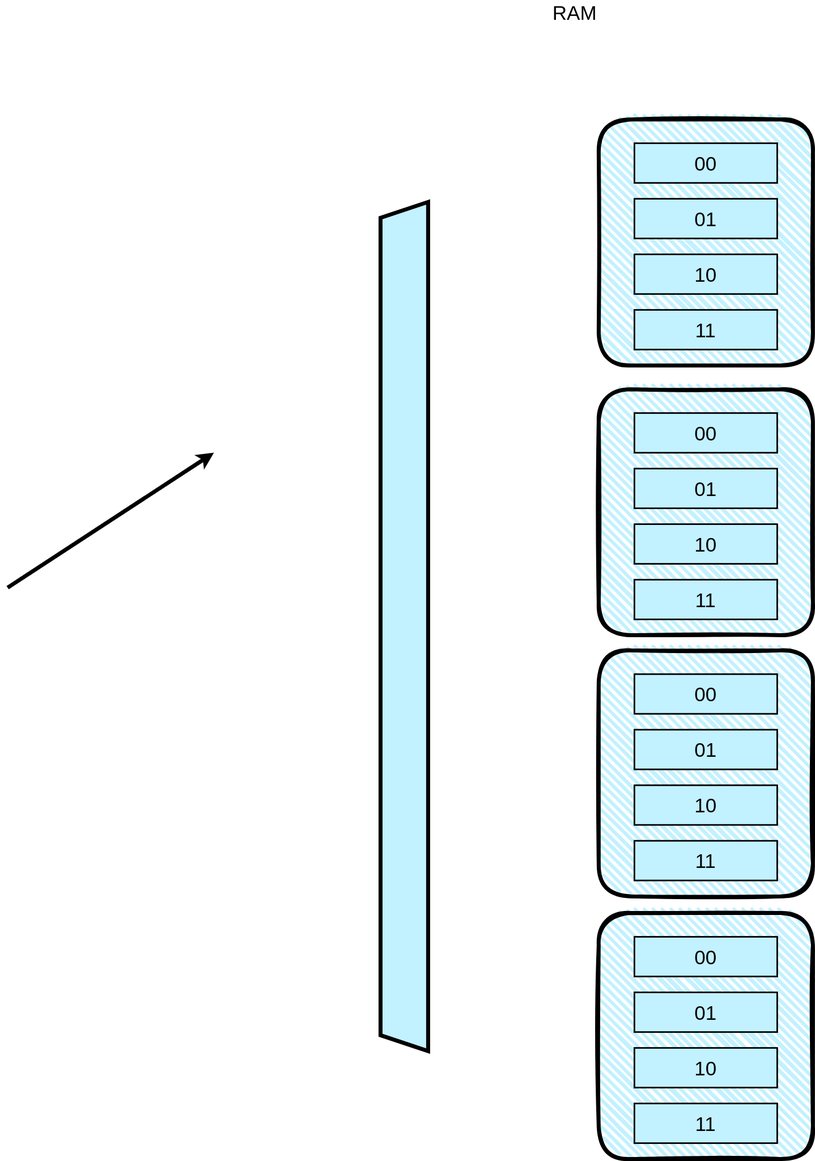
Earlier version of the draw.io export humanmachine/RAM.drawio.svg (Raspberry-NQ/human-8bit-CPU). Source tidied: cells renumbered, new cells last; positions are measured from the earlier drawing's top-left corner, leaving out a move shared by most shapes. Source of this version:
```xml
<mxGraphModel>
  <root>
    <mxCell id="0" />
    <mxCell id="1" parent="0" />
    <mxCell id="2" value="&lt;font style=&quot;font-size: 25px&quot;&gt;RAM&lt;/font&gt;" style="text;html=1;strokeColor=none;fillColor=none;align=center;verticalAlign=middle;whiteSpace=wrap;rounded=0;" parent="1" vertex="1">
      <mxGeometry x="645" width="210" height="30" as="geometry" />
    </mxCell>
    <mxCell id="3" style="rounded=1;whiteSpace=wrap;html=1;strokeWidth=5;fillWeight=4;hachureGap=8;hachureAngle=45;fillColor=#C2F1FF;sketch=1;fontSize=25;fillStyle=hachure;" parent="1" vertex="1">
      <mxGeometry x="780" y="150" width="270" height="310" as="geometry" />
    </mxCell>
    <mxCell id="4" value="00" style="rounded=0;whiteSpace=wrap;html=1;fillStyle=hachure;fontSize=25;fillColor=#C2F1FF;strokeWidth=2;" parent="1" vertex="1">
      <mxGeometry x="825" y="180" width="180" height="50" as="geometry" />
    </mxCell>
    <mxCell id="5" value="01" style="rounded=0;whiteSpace=wrap;html=1;fillStyle=hachure;fontSize=25;fillColor=#C2F1FF;strokeWidth=2;" parent="1" vertex="1">
      <mxGeometry x="825" y="250" width="180" height="50" as="geometry" />
    </mxCell>
    <mxCell id="6" value="10" style="rounded=0;whiteSpace=wrap;html=1;fillStyle=hachure;fontSize=25;fillColor=#C2F1FF;strokeWidth=2;" parent="1" vertex="1">
      <mxGeometry x="825" y="320" width="180" height="50" as="geometry" />
    </mxCell>
    <mxCell id="7" value="11" style="rounded=0;whiteSpace=wrap;html=1;fillStyle=hachure;fontSize=25;fillColor=#C2F1FF;strokeWidth=2;" parent="1" vertex="1">
      <mxGeometry x="825" y="390" width="180" height="50" as="geometry" />
    </mxCell>
    <mxCell id="8" style="rounded=1;whiteSpace=wrap;html=1;strokeWidth=5;fillWeight=4;hachureGap=8;hachureAngle=45;fillColor=#C2F1FF;sketch=1;fontSize=25;fillStyle=hachure;" parent="1" vertex="1">
      <mxGeometry x="780" y="490" width="270" height="310" as="geometry" />
    </mxCell>
    <mxCell id="9" value="00" style="rounded=0;whiteSpace=wrap;html=1;fillStyle=hachure;fontSize=25;fillColor=#C2F1FF;strokeWidth=2;" parent="1" vertex="1">
      <mxGeometry x="825" y="520" width="180" height="50" as="geometry" />
    </mxCell>
    <mxCell id="10" value="01" style="rounded=0;whiteSpace=wrap;html=1;fillStyle=hachure;fontSize=25;fillColor=#C2F1FF;strokeWidth=2;" parent="1" vertex="1">
      <mxGeometry x="825" y="590" width="180" height="50" as="geometry" />
    </mxCell>
    <mxCell id="11" value="10" style="rounded=0;whiteSpace=wrap;html=1;fillStyle=hachure;fontSize=25;fillColor=#C2F1FF;strokeWidth=2;" parent="1" vertex="1">
      <mxGeometry x="825" y="660" width="180" height="50" as="geometry" />
    </mxCell>
    <mxCell id="12" value="11" style="rounded=0;whiteSpace=wrap;html=1;fillStyle=hachure;fontSize=25;fillColor=#C2F1FF;strokeWidth=2;" parent="1" vertex="1">
      <mxGeometry x="825" y="730" width="180" height="50" as="geometry" />
    </mxCell>
    <mxCell id="13" style="rounded=1;whiteSpace=wrap;html=1;strokeWidth=5;fillWeight=4;hachureGap=8;hachureAngle=45;fillColor=#C2F1FF;sketch=1;fontSize=25;fillStyle=hachure;" parent="1" vertex="1">
      <mxGeometry x="780" y="819" width="270" height="310" as="geometry" />
    </mxCell>
    <mxCell id="14" value="00" style="rounded=0;whiteSpace=wrap;html=1;fillStyle=hachure;fontSize=25;fillColor=#C2F1FF;strokeWidth=2;" parent="1" vertex="1">
      <mxGeometry x="825" y="849" width="180" height="50" as="geometry" />
    </mxCell>
    <mxCell id="15" value="01" style="rounded=0;whiteSpace=wrap;html=1;fillStyle=hachure;fontSize=25;fillColor=#C2F1FF;strokeWidth=2;" parent="1" vertex="1">
      <mxGeometry x="825" y="919" width="180" height="50" as="geometry" />
    </mxCell>
    <mxCell id="16" value="10" style="rounded=0;whiteSpace=wrap;html=1;fillStyle=hachure;fontSize=25;fillColor=#C2F1FF;strokeWidth=2;" parent="1" vertex="1">
      <mxGeometry x="825" y="989" width="180" height="50" as="geometry" />
    </mxCell>
    <mxCell id="17" value="11" style="rounded=0;whiteSpace=wrap;html=1;fillStyle=hachure;fontSize=25;fillColor=#C2F1FF;strokeWidth=2;" parent="1" vertex="1">
      <mxGeometry x="825" y="1059" width="180" height="50" as="geometry" />
    </mxCell>
    <mxCell id="18" style="rounded=1;whiteSpace=wrap;html=1;strokeWidth=5;fillWeight=4;hachureGap=8;hachureAngle=45;fillColor=#C2F1FF;sketch=1;fontSize=25;fillStyle=hachure;" parent="1" vertex="1">
      <mxGeometry x="780" y="1150" width="270" height="310" as="geometry" />
    </mxCell>
    <mxCell id="19" value="00" style="rounded=0;whiteSpace=wrap;html=1;fillStyle=hachure;fontSize=25;fillColor=#C2F1FF;strokeWidth=2;" parent="1" vertex="1">
      <mxGeometry x="825" y="1180" width="180" height="50" as="geometry" />
    </mxCell>
    <mxCell id="20" value="01" style="rounded=0;whiteSpace=wrap;html=1;fillStyle=hachure;fontSize=25;fillColor=#C2F1FF;strokeWidth=2;" parent="1" vertex="1">
      <mxGeometry x="825" y="1250" width="180" height="50" as="geometry" />
    </mxCell>
    <mxCell id="21" value="10" style="rounded=0;whiteSpace=wrap;html=1;fillStyle=hachure;fontSize=25;fillColor=#C2F1FF;strokeWidth=2;" parent="1" vertex="1">
      <mxGeometry x="825" y="1320" width="180" height="50" as="geometry" />
    </mxCell>
    <mxCell id="22" value="11" style="rounded=0;whiteSpace=wrap;html=1;fillStyle=hachure;fontSize=25;fillColor=#C2F1FF;strokeWidth=2;" parent="1" vertex="1">
      <mxGeometry x="825" y="1390" width="180" height="50" as="geometry" />
    </mxCell>
    <mxCell id="23" style="shape=trapezoid;perimeter=trapezoidPerimeter;whiteSpace=wrap;html=1;fixedSize=1;fillStyle=hachure;fontSize=25;strokeWidth=5;fillColor=#C2F1FF;rotation=-90;" parent="1" vertex="1">
      <mxGeometry y="759" width="1070" height="60" as="geometry" />
    </mxCell>
    <mxCell id="24" style="endArrow=classic;html=1;rounded=0;fontSize=25;strokeWidth=5;" parent="1" edge="1">
      <mxGeometry relative="1" as="geometry">
        <mxPoint x="35" y="740" as="sourcePoint" />
        <mxPoint x="295" y="570" as="targetPoint" />
      </mxGeometry>
    </mxCell>
  </root>
</mxGraphModel>
```
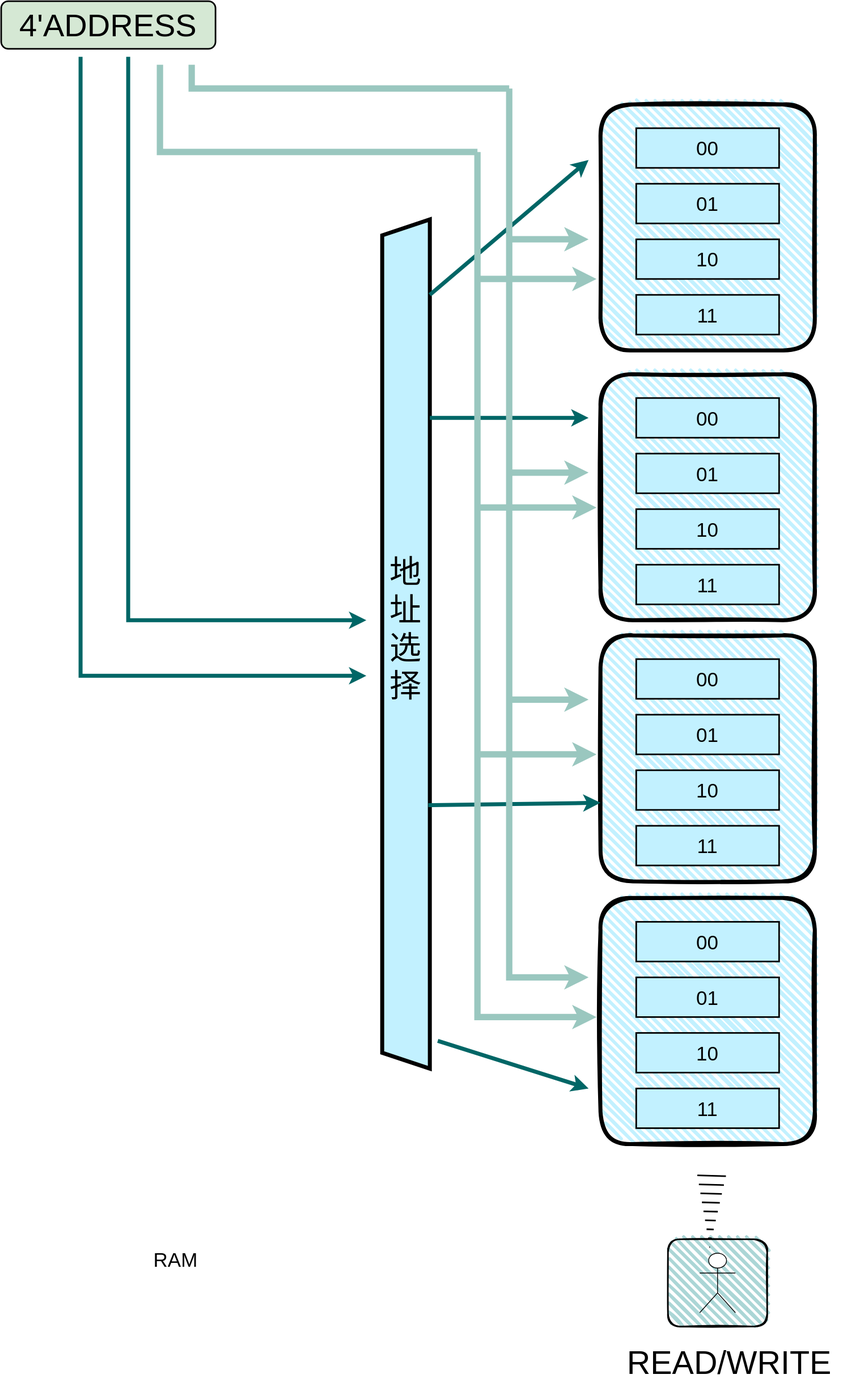
After the change.

What changed in the source:
```diff
@@ -3,7 +3,7 @@
     <mxCell id="0" />
     <mxCell id="1" parent="0" />
     <mxCell id="2" value="&lt;font style=&quot;font-size: 25px&quot;&gt;RAM&lt;/font&gt;" style="text;html=1;strokeColor=none;fillColor=none;align=center;verticalAlign=middle;whiteSpace=wrap;rounded=0;" parent="1" vertex="1">
-      <mxGeometry x="645" width="210" height="30" as="geometry" />
+      <mxGeometry x="140" y="1590" width="210" height="30" as="geometry" />
     </mxCell>
     <mxCell id="3" style="rounded=1;whiteSpace=wrap;html=1;strokeWidth=5;fillWeight=4;hachureGap=8;hachureAngle=45;fillColor=#C2F1FF;sketch=1;fontSize=25;fillStyle=hachure;" parent="1" vertex="1">
       <mxGeometry x="780" y="150" width="270" height="310" as="geometry" />
@@ -66,13 +66,142 @@
       <mxGeometry x="825" y="1390" width="180" height="50" as="geometry" />
     </mxCell>
     <mxCell id="23" style="shape=trapezoid;perimeter=trapezoidPerimeter;whiteSpace=wrap;html=1;fixedSize=1;fillStyle=hachure;fontSize=25;strokeWidth=5;fillColor=#C2F1FF;rotation=-90;" parent="1" vertex="1">
-      <mxGeometry y="759" width="1070" height="60" as="geometry" />
+      <mxGeometry y="800" width="1070" height="60" as="geometry" />
     </mxCell>
-    <mxCell id="24" style="endArrow=classic;html=1;rounded=0;fontSize=25;strokeWidth=5;" parent="1" edge="1">
+    <mxCell id="24" style="endArrow=classic;html=1;rounded=0;fontSize=25;strokeWidth=5;strokeColor=#006666;" parent="1" edge="1">
       <mxGeometry relative="1" as="geometry">
-        <mxPoint x="35" y="740" as="sourcePoint" />
-        <mxPoint x="295" y="570" as="targetPoint" />
+        <mxPoint x="565" y="390" as="sourcePoint" />
+        <mxPoint x="765" y="220" as="targetPoint" />
       </mxGeometry>
     </mxCell>
+    <mxCell id="25" style="endArrow=classic;html=1;rounded=0;fontSize=25;strokeWidth=5;strokeColor=#006666;" parent="1" edge="1">
+      <mxGeometry relative="1" as="geometry">
+        <mxPoint x="575" y="1330" as="sourcePoint" />
+        <mxPoint x="765" y="1390" as="targetPoint" />
+      </mxGeometry>
+    </mxCell>
+    <mxCell id="26" style="endArrow=classic;html=1;rounded=0;fontSize=25;strokeWidth=5;strokeColor=#006666;" parent="1" edge="1">
+      <mxGeometry relative="1" as="geometry">
+        <mxPoint x="565" y="545" as="sourcePoint" />
+        <mxPoint x="765" y="545" as="targetPoint" />
+      </mxGeometry>
+    </mxCell>
+    <mxCell id="27" style="endArrow=classic;html=1;rounded=0;fontSize=25;strokeWidth=5;strokeColor=#006666;entryX=0.007;entryY=0.458;entryDx=0;entryDy=0;entryPerimeter=0;" parent="1" edge="1">
+      <mxGeometry relative="1" as="geometry">
+        <mxPoint x="563.1" y="1033" as="sourcePoint" />
+        <mxPoint x="780" y="1030" as="targetPoint" />
+      </mxGeometry>
+    </mxCell>
+    <mxCell id="28" style="endArrow=classic;html=1;rounded=0;strokeColor=#006666;strokeWidth=5;" parent="1" edge="1">
+      <mxGeometry relative="1" as="geometry">
+        <mxPoint x="185" y="90" as="sourcePoint" />
+        <mxPoint x="485" y="800" as="targetPoint" />
+        <Array as="points">
+          <mxPoint x="185" y="800" />
+        </Array>
+      </mxGeometry>
+    </mxCell>
+    <mxCell id="29" style="endArrow=classic;html=1;rounded=0;strokeColor=#006666;strokeWidth=5;" parent="1" edge="1">
+      <mxGeometry relative="1" as="geometry">
+        <mxPoint x="125" y="90" as="sourcePoint" />
+        <mxPoint x="485" y="870" as="targetPoint" />
+        <Array as="points">
+          <mxPoint x="125" y="870" />
+        </Array>
+      </mxGeometry>
+    </mxCell>
+    <mxCell id="30" value="&lt;font style=&quot;font-size: 40px&quot;&gt;4'ADDRESS&lt;/font&gt;" style="rounded=1;whiteSpace=wrap;html=1;strokeWidth=2;fillColor=#D5E8D4;" parent="1" vertex="1">
+      <mxGeometry x="25" y="20" width="270" height="60" as="geometry" />
+    </mxCell>
+    <mxCell id="31" style="endArrow=classic;html=1;rounded=0;fontSize=40;strokeColor=#9AC7BF;strokeWidth=8;endSize=5;" parent="1" edge="1">
+      <mxGeometry relative="1" as="geometry">
+        <mxPoint x="625" y="210" as="sourcePoint" />
+        <mxPoint x="775" y="1300" as="targetPoint" />
+        <Array as="points">
+          <mxPoint x="625" y="1300" />
+        </Array>
+      </mxGeometry>
+    </mxCell>
+    <mxCell id="32" style="endArrow=classic;html=1;rounded=0;fontSize=40;strokeColor=#9AC7BF;strokeWidth=8;endSize=5;" parent="1" edge="1">
+      <mxGeometry relative="1" as="geometry">
+        <mxPoint x="665" y="130" as="sourcePoint" />
+        <mxPoint x="765" y="1250" as="targetPoint" />
+        <Array as="points">
+          <mxPoint x="665" y="1250" />
+        </Array>
+      </mxGeometry>
+    </mxCell>
+    <mxCell id="33" style="endArrow=none;html=1;rounded=0;fontSize=40;endSize=5;strokeColor=#9AC7BF;strokeWidth=8;" parent="1" edge="1">
+      <mxGeometry relative="1" as="geometry">
+        <mxPoint x="225" y="100" as="sourcePoint" />
+        <mxPoint x="625" y="210" as="targetPoint" />
+        <Array as="points">
+          <mxPoint x="225" y="210" />
+        </Array>
+      </mxGeometry>
+    </mxCell>
+    <mxCell id="34" style="endArrow=none;html=1;rounded=0;fontSize=40;endSize=5;strokeColor=#9AC7BF;strokeWidth=8;" parent="1" edge="1">
+      <mxGeometry relative="1" as="geometry">
+        <mxPoint x="265" y="100" as="sourcePoint" />
+        <mxPoint x="665" y="130" as="targetPoint" />
+        <Array as="points">
+          <mxPoint x="265" y="130" />
+        </Array>
+      </mxGeometry>
+    </mxCell>
+    <mxCell id="35" style="endArrow=classic;html=1;rounded=0;fontSize=40;endSize=5;strokeColor=#9AC7BF;strokeWidth=8;" parent="1" edge="1">
+      <mxGeometry relative="1" as="geometry">
+        <mxPoint x="665" y="900" as="sourcePoint" />
+        <mxPoint x="765" y="900" as="targetPoint" />
+      </mxGeometry>
+    </mxCell>
+    <mxCell id="36" style="endArrow=classic;html=1;rounded=0;fontSize=40;endSize=5;strokeColor=#9AC7BF;strokeWidth=8;" parent="1" edge="1">
+      <mxGeometry relative="1" as="geometry">
+        <mxPoint x="665" y="614" as="sourcePoint" />
+        <mxPoint x="765" y="614" as="targetPoint" />
+      </mxGeometry>
+    </mxCell>
+    <mxCell id="37" style="endArrow=classic;html=1;rounded=0;fontSize=40;endSize=5;strokeColor=#9AC7BF;strokeWidth=8;" parent="1" edge="1">
+      <mxGeometry relative="1" as="geometry">
+        <mxPoint x="665" y="320" as="sourcePoint" />
+        <mxPoint x="765" y="320" as="targetPoint" />
+      </mxGeometry>
+    </mxCell>
+    <mxCell id="38" style="endArrow=classic;html=1;rounded=0;fontSize=40;endSize=5;strokeColor=#9AC7BF;strokeWidth=8;" parent="1" edge="1">
+      <mxGeometry relative="1" as="geometry">
+        <mxPoint x="625" y="969" as="sourcePoint" />
+        <mxPoint x="775" y="969" as="targetPoint" />
+      </mxGeometry>
+    </mxCell>
+    <mxCell id="39" style="endArrow=classic;html=1;rounded=0;fontSize=40;endSize=5;strokeColor=#9AC7BF;strokeWidth=8;" parent="1" edge="1">
+      <mxGeometry relative="1" as="geometry">
+        <mxPoint x="625" y="658" as="sourcePoint" />
+        <mxPoint x="775" y="658" as="targetPoint" />
+      </mxGeometry>
+    </mxCell>
+    <mxCell id="40" style="endArrow=classic;html=1;rounded=0;fontSize=40;endSize=5;strokeColor=#9AC7BF;strokeWidth=8;" parent="1" edge="1">
+      <mxGeometry relative="1" as="geometry">
+        <mxPoint x="625" y="370" as="sourcePoint" />
+        <mxPoint x="775" y="370" as="targetPoint" />
+      </mxGeometry>
+    </mxCell>
+    <mxCell id="41" value="地址选择" style="text;html=1;strokeColor=none;fillColor=none;align=center;verticalAlign=middle;whiteSpace=wrap;rounded=0;fontSize=40;" parent="1" vertex="1">
+      <mxGeometry x="515" y="670" width="40" height="280" as="geometry" />
+    </mxCell>
+    <mxCell id="42" style="rounded=1;whiteSpace=wrap;html=1;strokeWidth=2;fillWeight=4;hachureGap=8;hachureAngle=45;fillColor=#ABD6D6;sketch=1;fillStyle=hachure;fontSize=24;" parent="1" vertex="1">
+      <mxGeometry x="865" y="1580" width="125" height="110" as="geometry" />
+    </mxCell>
+    <mxCell id="43" style="shape=mxgraph.arrows2.wedgeArrowDashed;html=1;rounded=0;fontSize=24;strokeWidth=2;" parent="1" edge="1">
+      <mxGeometry relative="1" as="geometry">
+        <mxPoint x="920" y="1500" as="sourcePoint" />
+        <mxPoint x="917.5" y="1590" as="targetPoint" />
+      </mxGeometry>
+    </mxCell>
+    <mxCell id="44" style="shape=umlActor;verticalLabelPosition=bottom;verticalAlign=top;html=1;fontSize=24;fillColor=#FFFFFF;" parent="1" vertex="1">
+      <mxGeometry x="905" y="1597.5" width="45" height="75" as="geometry" />
+    </mxCell>
+    <mxCell id="45" value="&lt;font style=&quot;font-size: 41px&quot;&gt;READ/WRITE&lt;/font&gt;" style="text;html=1;strokeColor=none;fillColor=none;align=center;verticalAlign=middle;whiteSpace=wrap;rounded=0;fillStyle=hachure;fontSize=24;" parent="1" vertex="1">
+      <mxGeometry x="800" y="1690" width="285" height="92.5" as="geometry" />
+    </mxCell>
   </root>
 </mxGraphModel>
```
